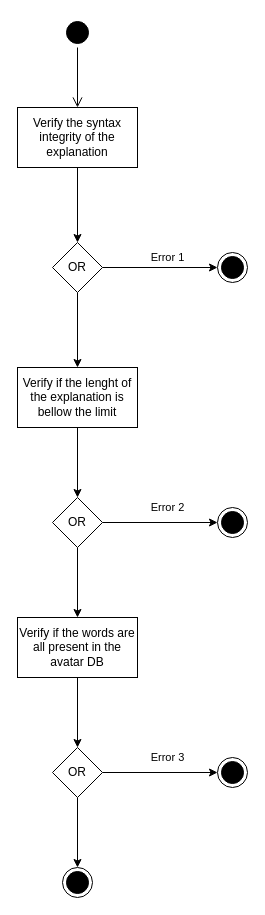
This is diagrams/M3.drawio from whzd/thesis, a draw.io file, before an edit. Source tidied: cells renumbered, new cells numbered last; positions are measured from the earlier drawing's top-left corner, leaving out a move shared by most shapes. Both pictures are drawn from the tidied source at 100%, with x=0, y=0 at pixel (17, 17).
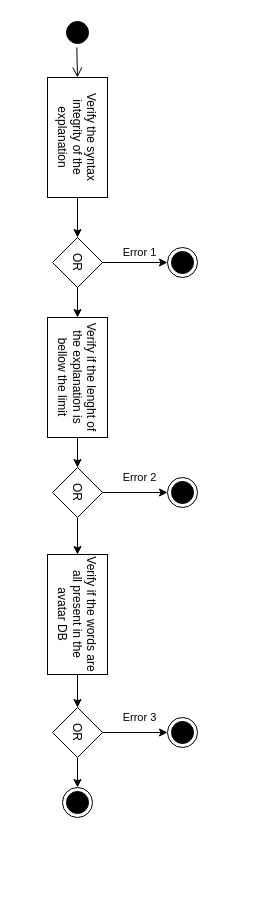
After the change.

The edit, as a diff of the source:
```diff
@@
-    <mxCell id="2" style="ellipse;html=1;shape=startState;fillColor=#000000;strokeColor=#000000;" parent="1" vertex="1">
+    <mxCell id="2" style="ellipse;html=1;shape=startState;fillColor=#000000;strokeColor=#000000;rotation=90;" parent="1" vertex="1">
       <mxGeometry x="45" width="30" height="30" as="geometry" />
     </mxCell>
-    <mxCell id="3" style="edgeStyle=orthogonalEdgeStyle;html=1;verticalAlign=bottom;endArrow=open;endSize=8;strokeColor=#000000;entryX=0.5;entryY=0;entryDx=0;entryDy=0;" parent="1" edge="1" source="2" target="17">
+    <mxCell id="3" style="edgeStyle=orthogonalEdgeStyle;html=1;verticalAlign=bottom;endArrow=open;endSize=8;strokeColor=#000000;entryX=0;entryY=0.5;entryDx=0;entryDy=0;rotation=90;" parent="1" edge="1" source="2" target="17">
       <mxGeometry relative="1" as="geometry" />
     </mxCell>
-    <mxCell id="4" style="ellipse;html=1;shape=endState;fillColor=#000000;strokeColor=#000000;" parent="1" vertex="1">
-      <mxGeometry x="200" y="490" width="30" height="30" as="geometry" />
+    <mxCell id="4" style="ellipse;html=1;shape=endState;fillColor=#000000;strokeColor=#000000;rotation=90;" parent="1" vertex="1">
+      <mxGeometry x="150" y="460" width="30" height="30" as="geometry" />
     </mxCell>
-    <mxCell id="5" style="edgeStyle=orthogonalEdgeStyle;rounded=0;jettySize=auto;html=1;strokeColor=#000000;" parent="1" edge="1" source="6" target="9">
+    <mxCell id="5" style="edgeStyle=orthogonalEdgeStyle;rounded=0;jettySize=auto;html=1;strokeColor=#000000;rotation=90;" parent="1" edge="1" source="6" target="9">
       <mxGeometry relative="1" as="geometry" />
     </mxCell>
-    <mxCell id="6" value="Verify if the lenght of the explanation is bellow the limit" style="rounded=0;whiteSpace=wrap;html=1;strokeColor=#000000;" parent="1" vertex="1">
-      <mxGeometry y="350" width="120" height="60" as="geometry" />
+    <mxCell id="6" value="Verify if the lenght of the explanation is bellow the limit" style="rounded=0;whiteSpace=wrap;html=1;strokeColor=#000000;rotation=90;" parent="1" vertex="1">
+      <mxGeometry y="330" width="120" height="60" as="geometry" />
     </mxCell>
-    <mxCell id="7" value="Error 2" style="edgeStyle=orthogonalEdgeStyle;rounded=0;jettySize=auto;html=1;strokeColor=#000000;" parent="1" edge="1" source="9" target="4">
+    <mxCell id="7" value="Error 2" style="edgeStyle=orthogonalEdgeStyle;rounded=0;jettySize=auto;html=1;strokeColor=#000000;rotation=90;" parent="1" edge="1" source="9" target="4">
       <mxGeometry x="0.13" y="15" relative="1" as="geometry" />
     </mxCell>
-    <mxCell id="8" style="edgeStyle=orthogonalEdgeStyle;rounded=0;jettySize=auto;html=1;strokeColor=#000000;" parent="1" edge="1" source="9" target="10">
+    <mxCell id="8" style="edgeStyle=orthogonalEdgeStyle;rounded=0;jettySize=auto;html=1;strokeColor=#000000;rotation=90;" parent="1" edge="1" source="9" target="10">
       <mxGeometry relative="1" as="geometry" />
     </mxCell>
-    <mxCell id="9" value="OR" style="rhombus;whiteSpace=wrap;html=1;strokeColor=#000000;" parent="1" vertex="1">
-      <mxGeometry x="35" y="480" width="50" height="50" as="geometry" />
+    <mxCell id="9" value="OR" style="rhombus;whiteSpace=wrap;html=1;strokeColor=#000000;rotation=90;" parent="1" vertex="1">
+      <mxGeometry x="35" y="450" width="50" height="50" as="geometry" />
     </mxCell>
-    <mxCell id="10" value="Verify if the words are all present in the avatar DB" style="rounded=0;whiteSpace=wrap;html=1;strokeColor=#000000;" parent="1" vertex="1">
-      <mxGeometry y="600" width="120" height="60" as="geometry" />
+    <mxCell id="10" value="Verify if the words are all present in the avatar DB" style="rounded=0;whiteSpace=wrap;html=1;strokeColor=#000000;rotation=90;" parent="1" vertex="1">
+      <mxGeometry y="567" width="120" height="60" as="geometry" />
     </mxCell>
-    <mxCell id="11" style="ellipse;html=1;shape=endState;fillColor=#000000;strokeColor=#000000;" parent="1" vertex="1">
-      <mxGeometry x="200" y="740" width="30" height="30" as="geometry" />
+    <mxCell id="11" style="ellipse;html=1;shape=endState;fillColor=#000000;strokeColor=#000000;rotation=90;" parent="1" vertex="1">
+      <mxGeometry x="150" y="700" width="30" height="30" as="geometry" />
     </mxCell>
-    <mxCell id="12" style="edgeStyle=orthogonalEdgeStyle;rounded=0;jettySize=auto;html=1;strokeColor=#000000;" parent="1" edge="1" source="10" target="15">
+    <mxCell id="12" style="edgeStyle=orthogonalEdgeStyle;rounded=0;jettySize=auto;html=1;strokeColor=#000000;rotation=90;" parent="1" edge="1" source="10" target="15">
       <mxGeometry relative="1" as="geometry" />
     </mxCell>
-    <mxCell id="13" value="Error 3" style="edgeStyle=orthogonalEdgeStyle;rounded=0;jettySize=auto;html=1;strokeColor=#000000;" parent="1" edge="1" source="15" target="11">
+    <mxCell id="13" value="Error 3" style="edgeStyle=orthogonalEdgeStyle;rounded=0;jettySize=auto;html=1;strokeColor=#000000;rotation=90;" parent="1" edge="1" source="15" target="11">
       <mxGeometry x="0.13" y="15" relative="1" as="geometry" />
     </mxCell>
-    <mxCell id="14" style="edgeStyle=orthogonalEdgeStyle;rounded=0;jettySize=auto;html=1;strokeColor=#000000;" parent="1" edge="1" source="15" target="21">
+    <mxCell id="14" style="edgeStyle=orthogonalEdgeStyle;rounded=0;jettySize=auto;html=1;strokeColor=#000000;rotation=90;" parent="1" edge="1" source="15" target="21">
       <mxGeometry relative="1" as="geometry" />
     </mxCell>
-    <mxCell id="15" value="OR" style="rhombus;whiteSpace=wrap;html=1;strokeColor=#000000;direction=south;" parent="1" vertex="1">
-      <mxGeometry x="35" y="730" width="50" height="50" as="geometry" />
+    <mxCell id="15" value="OR" style="rhombus;whiteSpace=wrap;html=1;strokeColor=#000000;direction=south;rotation=90;" parent="1" vertex="1">
+      <mxGeometry x="35" y="690" width="50" height="50" as="geometry" />
     </mxCell>
-    <mxCell id="16" style="edgeStyle=orthogonalEdgeStyle;rounded=0;jettySize=auto;html=1;strokeColor=#000000;" parent="1" edge="1" source="17" target="20">
+    <mxCell id="16" style="edgeStyle=orthogonalEdgeStyle;rounded=0;jettySize=auto;html=1;strokeColor=#000000;rotation=90;" parent="1" edge="1" source="17" target="20">
       <mxGeometry relative="1" as="geometry" />
     </mxCell>
-    <mxCell id="17" value="Verify the syntax integrity of the explanation" style="rounded=0;whiteSpace=wrap;html=1;strokeColor=#000000;" parent="1" vertex="1">
+    <mxCell id="17" value="Verify the syntax integrity of the explanation" style="rounded=0;whiteSpace=wrap;html=1;strokeColor=#000000;rotation=90;" parent="1" vertex="1">
       <mxGeometry y="90" width="120" height="60" as="geometry" />
     </mxCell>
-    <mxCell id="18" value="Error 1" style="edgeStyle=orthogonalEdgeStyle;rounded=0;jettySize=auto;html=1;strokeColor=#000000;entryX=0;entryY=0.5;entryDx=0;entryDy=0;" parent="1" edge="1" source="20" target="22">
+    <mxCell id="18" value="Error 1" style="edgeStyle=orthogonalEdgeStyle;rounded=0;jettySize=auto;html=1;strokeColor=#000000;rotation=90;entryX=0.5;entryY=1;entryDx=0;entryDy=0;" parent="1" edge="1" source="20" target="22">
       <mxGeometry x="0.13" y="10" relative="1" as="geometry" />
     </mxCell>
-    <mxCell id="19" style="edgeStyle=orthogonalEdgeStyle;rounded=0;jettySize=auto;html=1;strokeColor=#000000;" parent="1" edge="1" source="20" target="6">
+    <mxCell id="19" style="edgeStyle=orthogonalEdgeStyle;rounded=0;jettySize=auto;html=1;strokeColor=#000000;rotation=90;" parent="1" edge="1" source="20" target="6">
       <mxGeometry relative="1" as="geometry" />
     </mxCell>
-    <mxCell id="20" value="OR" style="rhombus;whiteSpace=wrap;html=1;strokeColor=#000000;direction=south;" parent="1" vertex="1">
-      <mxGeometry x="35" y="225" width="50" height="50" as="geometry" />
+    <mxCell id="20" value="OR" style="rhombus;whiteSpace=wrap;html=1;strokeColor=#000000;direction=south;rotation=90;" parent="1" vertex="1">
+      <mxGeometry x="35" y="220" width="50" height="50" as="geometry" />
     </mxCell>
-    <mxCell id="21" style="ellipse;html=1;shape=endState;fillColor=#000000;strokeColor=#000000;direction=south;" parent="1" vertex="1">
-      <mxGeometry x="45" y="850" width="30" height="30" as="geometry" />
+    <mxCell id="21" style="ellipse;html=1;shape=endState;fillColor=#000000;strokeColor=#000000;direction=south;rotation=90;" parent="1" vertex="1">
+      <mxGeometry x="45" y="770" width="30" height="30" as="geometry" />
     </mxCell>
-    <mxCell id="22" style="ellipse;html=1;shape=endState;fillColor=#000000;strokeColor=#000000;" parent="1" vertex="1">
-      <mxGeometry x="200" y="235" width="30" height="30" as="geometry" />
+    <mxCell id="22" style="ellipse;html=1;shape=endState;fillColor=#000000;strokeColor=#000000;rotation=90;" parent="1" vertex="1">
+      <mxGeometry x="150" y="230" width="30" height="30" as="geometry" />
     </mxCell>
```
